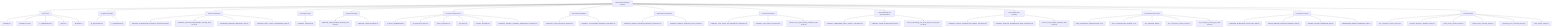
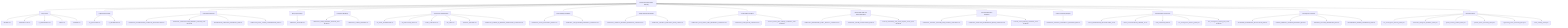
graph TD
    root["ToneSoul Documentation Authority"]
    root --> entrypoints["Entry Points"]
    entrypoints --> entrypoints_1["README.md"]
    entrypoints --> entrypoints_2["README.zh-TW.md"]
    entrypoints --> entrypoints_3["AI_ONBOARDING.md"]
    entrypoints --> entrypoints_4["INDEX.md"]
    entrypoints --> entrypoints_5["README.md"]
    root --> ai_operational_guides["AI Operational Guides"]
    ai_operational_guides --> ai_operational_guides_1["AI_QUICKSTART.md"]
    ai_operational_guides --> ai_operational_guides_2["AI_REFERENCE.md"]
    root --> canonical_architecture["Canonical Architecture"]
    canonical_architecture --> canonical_architecture_1["TONESOUL_EXTERNALIZED_COGNITIVE_ARCHITECTURE.md"]
    canonical_architecture --> canonical_architecture_2["TONESOUL_ARCHITECTURE_MEMORY_ANCHOR_2026-03-22.md"]
    canonical_architecture --> canonical_architecture_3["KNOWLEDGE_SURFACES_BOUNDARY_MAP.md"]
    canonical_architecture --> canonical_architecture_4["TONESOUL_EIGHT_LAYER_CONVERGENCE_MAP.md"]
    root --> deep_system_maps["Deep System Maps"]
    deep_system_maps --> deep_system_maps_1["TONESOUL_ANATOMY.md"]
    root --> interpretive_readings["Interpretive Readings"]
    interpretive_readings --> interpretive_readings_1["TONESOUL_DEEP_READING_ANCHOR_2026-03-26.md"]
    interpretive_readings --> interpretive_readings_2["TONESOUL_CODEX_READING.md"]
    root --> governance_execution["Governance And Execution"]
    governance_execution --> governance_execution_1["7D_AUDIT_FRAMEWORK.md"]
    governance_execution --> governance_execution_2["7D_EXECUTION_SPEC.md"]
    governance_execution --> governance_execution_3["AUDIT_CONTRACT.md"]
    governance_execution --> governance_execution_4["API_SPEC.md"]
    governance_execution --> governance_execution_5["COUNCIL_RUNTIME.md"]
    governance_execution --> governance_execution_6["TONESOUL_SHARED_R_MEMORY_OPERATIONS_CONTRACT.md"]
    root --> claim_authority_distillation["Claim Authority Distillation"]
    claim_authority_distillation --> claim_authority_distillation_1["TONESOUL_CLAIM_AUTHORITY_MATRIX.md"]
    claim_authority_distillation --> claim_authority_distillation_2["TONESOUL_LAW_RUNTIME_BOUNDARY_CONTRACT.md"]
    root --> subject_refresh_boundaries["Subject Refresh Boundaries"]
    subject_refresh_boundaries --> subject_refresh_boundaries_1["TONESOUL_SUBJECT_REFRESH_BOUNDARY_CONTRACT.md"]
    subject_refresh_boundaries --> subject_refresh_boundaries_2["TONESOUL_SUBJECT_SNAPSHOT_FIELD_LANES.md"]
    root --> control_plane_discipline["Control Plane Discipline"]
    control_plane_discipline --> control_plane_discipline_1["TONESOUL_TASK_TRACK_AND_READINESS_CONTRACT.md"]
    control_plane_discipline --> control_plane_discipline_2["TONESOUL_PLAN_DELTA_CONTRACT.md"]
    control_plane_discipline --> control_plane_discipline_3["tonesoul_control_plane_followup_candidates_2026-03-28.md"]
    root --> observable_shell_and_axiom_boundaries["Observable-Shell And Axiom Boundaries"]
    observable_shell_and_axiom_boundaries --> observable_shell_and_axiom_boundaries_1["TONESOUL_OBSERVABLE_SHELL_OPACITY_CONTRACT.md"]
    observable_shell_and_axiom_boundaries --> observable_shell_and_axiom_boundaries_2["TONESOUL_AXIOM_FALSIFICATION_MAP.md"]
    observable_shell_and_axiom_boundaries --> observable_shell_and_axiom_boundaries_3["tonesoul_observability_and_axiom_adoption_review_2026-03-28.md"]
    root --> council_deliberation_discipline["Council Deliberation Discipline"]
    council_deliberation_discipline --> council_deliberation_discipline_1["TONESOUL_COUNCIL_DOSSIER_AND_DISSENT_CONTRACT.md"]
    council_deliberation_discipline --> council_deliberation_discipline_2["TONESOUL_ADAPTIVE_DELIBERATION_MODE_CONTRACT.md"]
    council_deliberation_discipline --> council_deliberation_discipline_3["tonesoul_council_followup_candidates_2026-03-28.md"]
+     root --> context_continuity_adoption["Context Continuity Adoption"]
+     context_continuity_adoption --> context_continuity_adoption_1["TONESOUL_CONTEXT_CONTINUITY_ADOPTION_MAP.md"]
    root --> doc_governance["Documentation Governance"]
    doc_governance --> doc_governance_1["DOCS_INFORMATION_ARCHITECTURE_v1.md"]
    doc_governance --> doc_governance_2["DOCS_CLASSIFICATION_LEDGER_v1.md"]
    doc_governance --> doc_governance_3["FILE_PURPOSE_MAP.md"]
    doc_governance --> doc_governance_4["doc_convergence_inventory_latest.json"]
    doc_governance --> doc_governance_5["doc_convergence_cleanup_plan_2026-03-22.md"]
    root --> convergence_contracts["Convergence Contracts"]
    convergence_contracts --> convergence_contracts_1["BASENAME_DIVERGENCE_DISTILLATION_MAP.md"]
    convergence_contracts --> convergence_contracts_2["PRIVATE_MEMORY_SHADOW_BOUNDARY_MAP.md"]
    convergence_contracts --> convergence_contracts_3["PARADOX_FIXTURE_OWNERSHIP_MAP.md"]
    convergence_contracts --> convergence_contracts_4["ENGINEERING_MIRROR_OWNERSHIP_MAP.md"]
    root --> generated_status["Generated Status"]
    generated_status --> generated_status_1["doc_convergence_inventory_latest.json"]
    generated_status --> generated_status_2["basename_divergence_distillation_latest.json"]
    generated_status --> generated_status_3["private_memory_shadow_latest.json"]
    generated_status --> generated_status_4["paradox_fixture_ownership_latest.json"]
    generated_status --> generated_status_5["engineering_mirror_ownership_latest.json"]
    generated_status --> generated_status_6["claim_authority_latest.json"]
